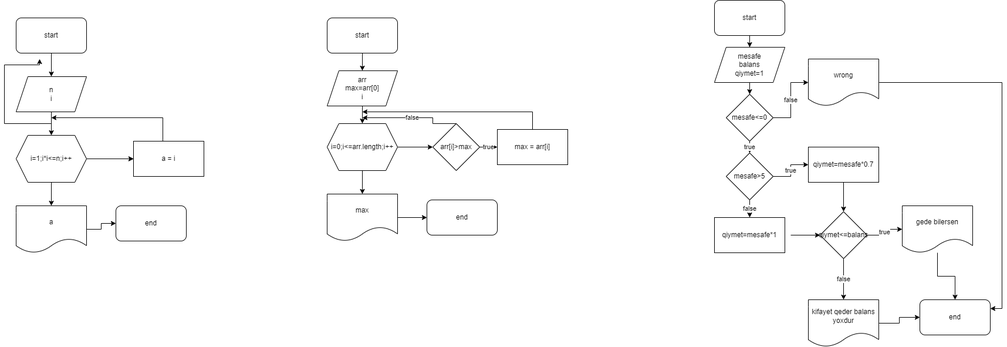
yusifizcode/FlowChartTasks keeps this draw.io diagram as Flowchart2.png. Above is the earlier version. Source tidied: cells renumbered, new cells last; positions are measured from the earlier drawing's top-left corner, leaving out a move shared by most shapes.
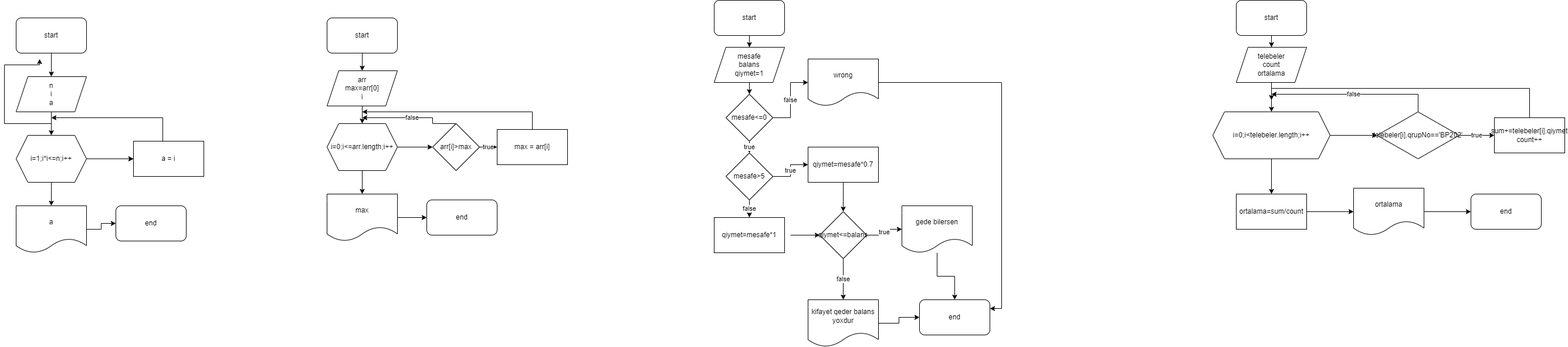
The same file after the commit.

Commit message:
flowchart classwork

Change to the diagram source:
```diff
@@ -16,7 +16,7 @@
         <mxPoint x="40" y="100" as="targetPoint" />
       </mxGeometry>
     </mxCell>
-    <mxCell id="6" value="n&lt;br&gt;i" style="shape=parallelogram;perimeter=parallelogramPerimeter;whiteSpace=wrap;html=1;fixedSize=1;" parent="1" vertex="1">
+    <mxCell id="6" value="n&lt;br&gt;i&lt;br&gt;a" style="shape=parallelogram;perimeter=parallelogramPerimeter;whiteSpace=wrap;html=1;fixedSize=1;" parent="1" vertex="1">
       <mxGeometry y="130" width="120" height="60" as="geometry" />
     </mxCell>
     <mxCell id="7" style="edgeStyle=orthogonalEdgeStyle;rounded=0;jettySize=auto;html=1;" parent="1" edge="1" target="8">
@@ -187,5 +187,67 @@
     <mxCell id="54" value="qiymet=mesafe*1" style="whiteSpace=wrap;html=1;" parent="1" vertex="1">
       <mxGeometry x="1190" y="370" width="120" height="60" as="geometry" />
     </mxCell>
+    <mxCell id="55" style="edgeStyle=orthogonalEdgeStyle;rounded=0;jettySize=auto;html=1;" parent="1" edge="1" source="56" target="58">
+      <mxGeometry relative="1" as="geometry" />
+    </mxCell>
+    <mxCell id="56" value="start" style="rounded=1;whiteSpace=wrap;html=1;" parent="1" vertex="1">
+      <mxGeometry x="2080" width="120" height="60" as="geometry" />
+    </mxCell>
+    <mxCell id="57" style="edgeStyle=orthogonalEdgeStyle;rounded=0;jettySize=auto;html=1;" parent="1" edge="1" source="58" target="61">
+      <mxGeometry relative="1" as="geometry" />
+    </mxCell>
+    <mxCell id="58" value="telebeler&lt;br&gt;count&lt;br&gt;ortalama" style="shape=parallelogram;perimeter=parallelogramPerimeter;whiteSpace=wrap;html=1;fixedSize=1;" parent="1" vertex="1">
+      <mxGeometry x="2080" y="80" width="120" height="60" as="geometry" />
+    </mxCell>
+    <mxCell id="59" style="edgeStyle=orthogonalEdgeStyle;rounded=0;jettySize=auto;html=1;" parent="1" edge="1" source="61" target="64">
+      <mxGeometry relative="1" as="geometry" />
+    </mxCell>
+    <mxCell id="60" style="edgeStyle=orthogonalEdgeStyle;rounded=0;jettySize=auto;html=1;" parent="1" edge="1" source="61" target="68">
+      <mxGeometry relative="1" as="geometry" />
+    </mxCell>
+    <mxCell id="61" value="i=0;i&amp;lt;telebeler.length;i++" style="shape=hexagon;perimeter=hexagonPerimeter2;whiteSpace=wrap;html=1;fixedSize=1;" parent="1" vertex="1">
+      <mxGeometry x="2040" y="190" width="200" height="80" as="geometry" />
+    </mxCell>
+    <mxCell id="62" value="true" style="edgeStyle=orthogonalEdgeStyle;rounded=0;jettySize=auto;html=1;" parent="1" edge="1" source="64" target="66">
+      <mxGeometry relative="1" as="geometry" />
+    </mxCell>
+    <mxCell id="63" value="false" style="edgeStyle=orthogonalEdgeStyle;rounded=0;jettySize=auto;html=1;" parent="1" edge="1" source="64">
+      <mxGeometry relative="1" as="geometry">
+        <mxPoint x="2140" y="160" as="targetPoint" />
+        <Array as="points">
+          <mxPoint x="2390" y="160" />
+        </Array>
+      </mxGeometry>
+    </mxCell>
+    <mxCell id="64" value="telebeler[i].qrupNo=='BP202'" style="rhombus;whiteSpace=wrap;html=1;" parent="1" vertex="1">
+      <mxGeometry x="2320" y="190" width="140" height="80" as="geometry" />
+    </mxCell>
+    <mxCell id="65" style="edgeStyle=orthogonalEdgeStyle;rounded=0;jettySize=auto;html=1;" parent="1" edge="1" source="66">
+      <mxGeometry relative="1" as="geometry">
+        <mxPoint x="2140" y="170" as="targetPoint" />
+        <Array as="points">
+          <mxPoint x="2580" y="150" />
+          <mxPoint x="2140" y="150" />
+        </Array>
+      </mxGeometry>
+    </mxCell>
+    <mxCell id="66" value="sum+=telebeler[i].qiymet&lt;br&gt;count++" style="whiteSpace=wrap;html=1;" parent="1" vertex="1">
+      <mxGeometry x="2520" y="200" width="120" height="60" as="geometry" />
+    </mxCell>
+    <mxCell id="67" style="edgeStyle=orthogonalEdgeStyle;rounded=0;jettySize=auto;html=1;" parent="1" edge="1" source="68" target="70">
+      <mxGeometry relative="1" as="geometry" />
+    </mxCell>
+    <mxCell id="68" value="ortalama=sum/count" style="whiteSpace=wrap;html=1;" parent="1" vertex="1">
+      <mxGeometry x="2080" y="330" width="120" height="60" as="geometry" />
+    </mxCell>
+    <mxCell id="69" style="edgeStyle=orthogonalEdgeStyle;rounded=0;jettySize=auto;html=1;" parent="1" edge="1" source="70" target="71">
+      <mxGeometry relative="1" as="geometry" />
+    </mxCell>
+    <mxCell id="70" value="ortalama" style="shape=document;whiteSpace=wrap;html=1;boundedLbl=1;" parent="1" vertex="1">
+      <mxGeometry x="2280" y="320" width="120" height="80" as="geometry" />
+    </mxCell>
+    <mxCell id="71" value="end" style="rounded=1;whiteSpace=wrap;html=1;" parent="1" vertex="1">
+      <mxGeometry x="2480" y="330" width="120" height="60" as="geometry" />
+    </mxCell>
   </root>
 </mxGraphModel>
```
